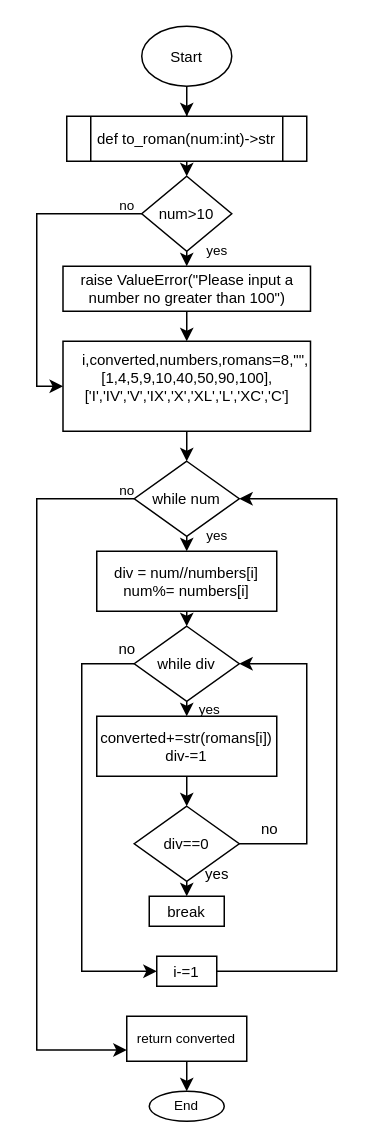
zelaneroz/unit-3 keeps this draw.io diagram as page "q34" (2 of 3) of Quizzes/Untitled Diagram.drawio. Above is the earlier version. Source tidied: cells renumbered, new cells numbered last; positions are measured from the earlier drawing's top-left corner, leaving out a move shared by most shapes. Both pictures are drawn from the tidied source at 150%, with x=0, y=0 at pixel (36, 26).
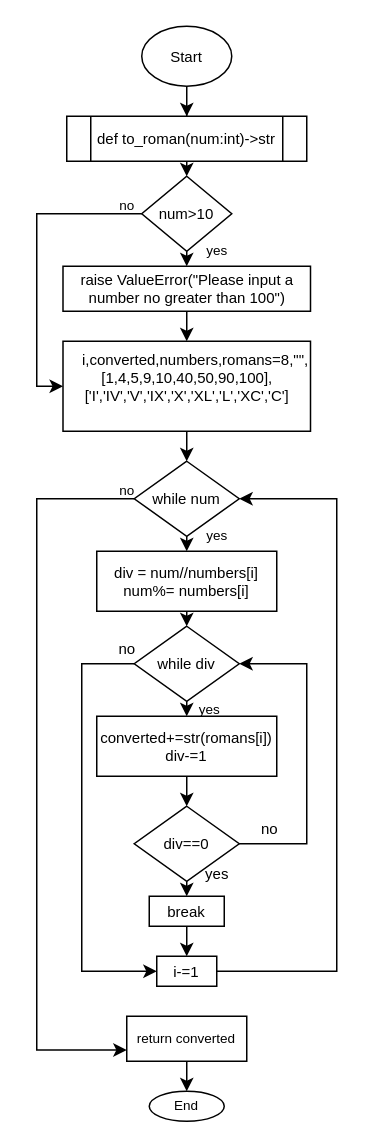
The same diagram, later.

The change refers to these unchanged cells:
```xml
<mxCell id="26" value="break" style="rounded=0;whiteSpace=wrap;html=1;fontSize=10;" parent="1" vertex="1">
  <mxGeometry x="75" y="580" width="50" height="20" as="geometry" />
</mxCell>
<mxCell id="31" value="i-=1" style="rounded=0;whiteSpace=wrap;html=1;fontSize=10;" parent="1" vertex="1">
  <mxGeometry x="80" y="620" width="40" height="20" as="geometry" />
</mxCell>
```

What changed in the source:
```diff
@@
+    <mxCell id="40" style="edgeStyle=orthogonalEdgeStyle;rounded=0;jettySize=auto;html=1;exitX=0.5;exitY=1;exitDx=0;exitDy=0;entryX=0.5;entryY=0;entryDx=0;entryDy=0;" parent="1" edge="1" source="26" target="31">
+      <mxGeometry relative="1" as="geometry" />
+    </mxCell>
```
